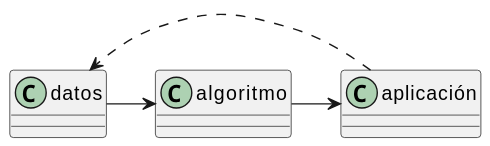
The PlantUML diagram imagenes/modelosUML/componentes.svg in mmasias/ai-prompts, before a commit.
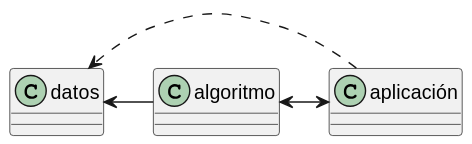
The same file after the commit.

Diff of the diagram source:
```diff
@@ -5,8 +5,8 @@
 
 
 
-aplicación <-l- algoritmo
-algoritmo <-l- datos
+aplicación <-l-> algoritmo
+algoritmo -l-> datos
 aplicación .> datos
 
 @enduml
```
